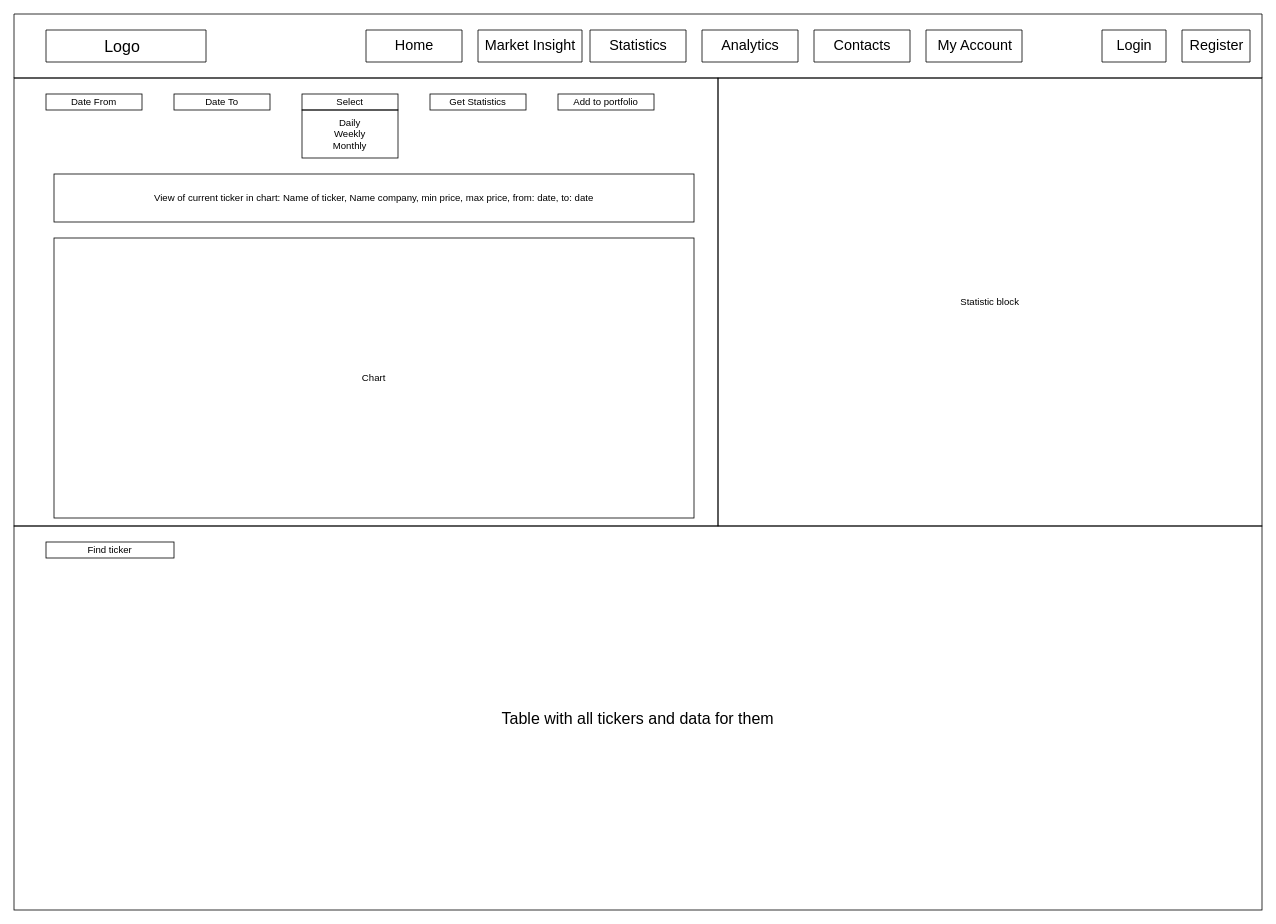
Above: Fin-Tech-Design/FinProject_Design_Statistics.drawio in Finance-Tech-Project/Fin-Tech-Design (draw.io), before the change. Source tidied: cells renumbered, new cells numbered last; positions are measured from the earlier drawing's top-left corner, leaving out a move shared by most shapes. Both pictures are drawn from the tidied source at 80%, with x=0, y=0 at pixel (14, 14).
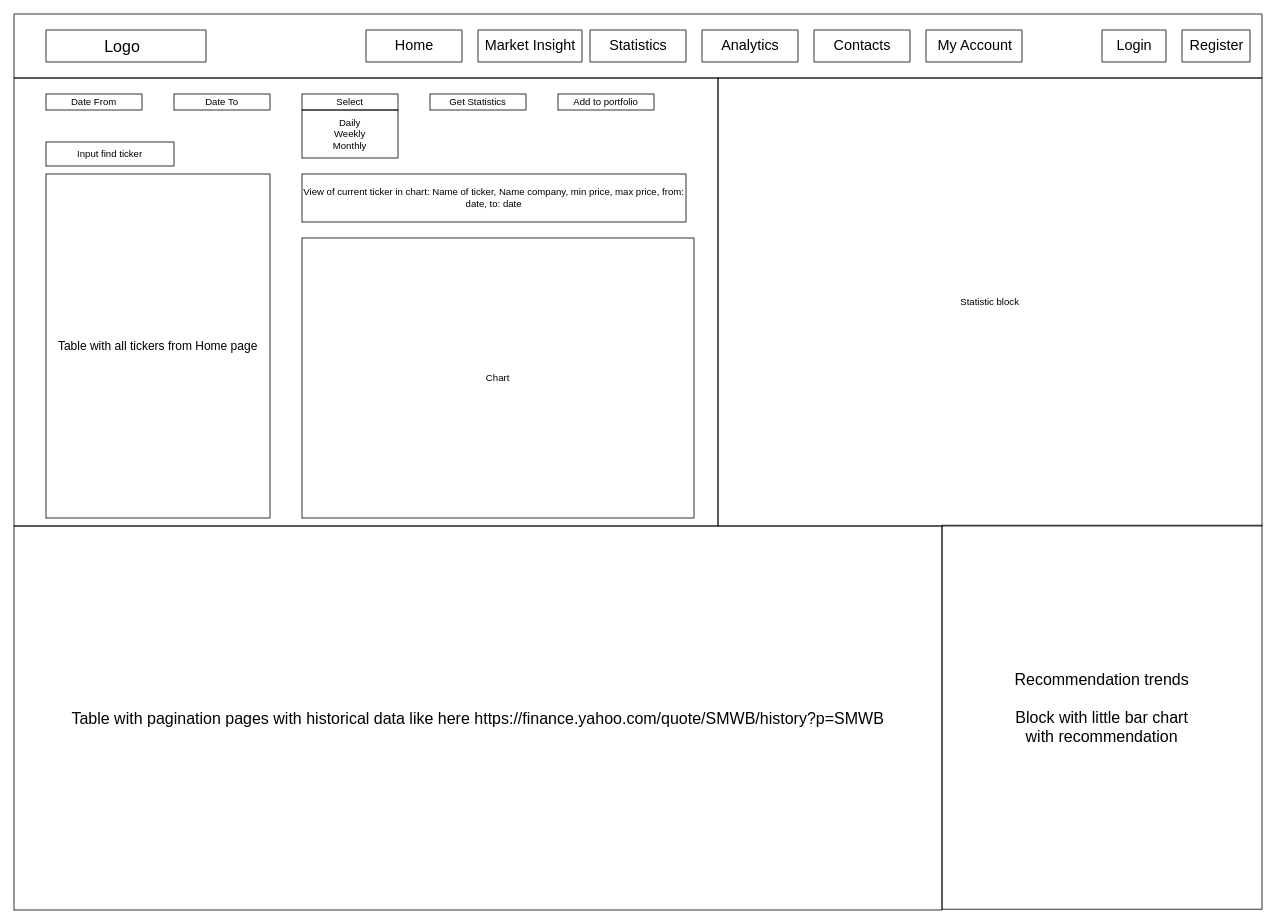
After the change.

Change to the diagram source:
```diff
@@
     <mxCell id="28" value="Chart" style="rounded=0;whiteSpace=wrap;html=1;fillColor=none;" parent="1" vertex="1">
-      <mxGeometry x="50" y="280" width="800" height="350" as="geometry" />
+      <mxGeometry x="360" y="280" width="490" height="350" as="geometry" />
     </mxCell>
@@
     <mxCell id="30" value="View of current ticker in chart: Name of ticker, Name company, min price, max price, from: date, to: date" style="rounded=0;whiteSpace=wrap;html=1;fillColor=none;" parent="1" vertex="1">
-      <mxGeometry x="50" y="200" width="800" height="60" as="geometry" />
+      <mxGeometry x="360" y="200" width="480" height="60" as="geometry" />
     </mxCell>
-    <mxCell id="31" value="&lt;font style=&quot;font-size: 20px;&quot;&gt;Table with all tickers and data for them&lt;/font&gt;" style="rounded=0;whiteSpace=wrap;html=1;fillColor=none;" parent="1" vertex="1">
-      <mxGeometry y="640" width="1560" height="480" as="geometry" />
+    <mxCell id="31" value="&lt;font style=&quot;font-size: 20px;&quot;&gt;Table with pagination pages with historical data like here&amp;nbsp;https://finance.yahoo.com/quote/SMWB/history?p=SMWB&lt;/font&gt;" style="rounded=0;whiteSpace=wrap;html=1;fillColor=none;" parent="1" vertex="1">
+      <mxGeometry y="640" width="1160" height="480" as="geometry" />
     </mxCell>
-    <mxCell id="32" value="Find ticker" style="rounded=0;whiteSpace=wrap;html=1;fillColor=none;" parent="1" vertex="1">
-      <mxGeometry x="40" y="660" width="160" height="20" as="geometry" />
-    </mxCell>
+    <mxCell id="33" value="&lt;font style=&quot;font-size: 15px;&quot;&gt;Table with all tickers from Home page&lt;/font&gt;" style="rounded=0;whiteSpace=wrap;html=1;fillColor=none;" parent="1" vertex="1">
+      <mxGeometry x="40" y="200" width="280" height="430" as="geometry" />
+    </mxCell>
+    <mxCell id="34" value="Input find ticker" style="rounded=0;whiteSpace=wrap;html=1;fillColor=none;" parent="1" vertex="1">
+      <mxGeometry x="40" y="160" width="160" height="30" as="geometry" />
+    </mxCell>
+    <mxCell id="35" value="&lt;font style=&quot;font-size: 20px;&quot;&gt;Recommendation trends&lt;br&gt;&lt;br&gt;Block with little bar chart&lt;br&gt;with recommendation&lt;br&gt;&lt;br&gt;&lt;/font&gt;" style="rounded=0;whiteSpace=wrap;html=1;fillColor=none;" parent="1" vertex="1">
+      <mxGeometry x="1160" y="639" width="400" height="480" as="geometry" />
+    </mxCell>
```
